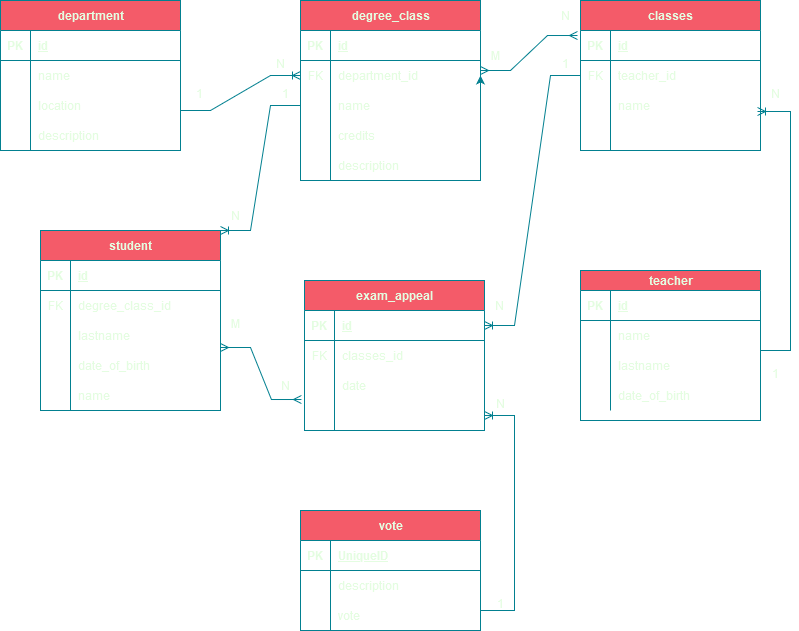
Before: Diagramma senza titolo.drawio.png, a diagram exported from draw.io (NicolaPiperis/db-university). Source tidied: cells renumbered, new cells last; positions are measured from the earlier drawing's top-left corner, leaving out a move shared by most shapes.
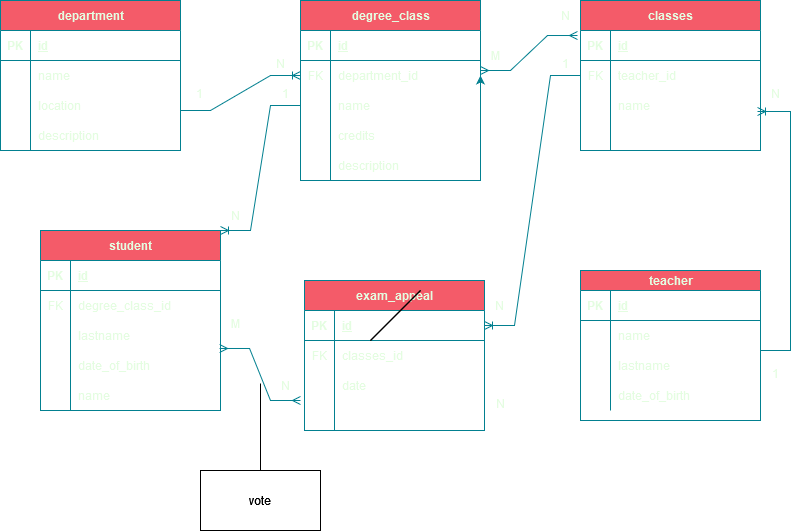
Above is the later version.

The edit, as a diff of the source:
```diff
@@ -315,9 +315,10 @@
     <mxCell id="101" value="N" style="text;html=1;align=center;verticalAlign=middle;strokeColor=none;fillColor=none;fontColor=#E4FDE1;" parent="1" vertex="1">
       <mxGeometry x="270" y="370" width="30" height="30" as="geometry" />
     </mxCell>
-    <mxCell id="102" style="edgeStyle=entityRelationEdgeStyle;fontSize=12;html=1;endArrow=ERmany;startArrow=ERmany;rounded=0;strokeColor=#028090;fontColor=#E4FDE1;fillColor=#F45B69;exitX=0.961;exitY=-0.033;exitDx=0;exitDy=0;exitPerimeter=0;entryX=-0.017;entryY=-0.033;entryDx=0;entryDy=0;entryPerimeter=0;" parent="1" edge="1" target="68">
+    <mxCell id="102" style="edgeStyle=entityRelationEdgeStyle;fontSize=12;html=1;endArrow=ERmany;startArrow=ERmany;rounded=0;strokeColor=#028090;fontColor=#E4FDE1;fillColor=#F45B69;exitX=0.961;exitY=-0.033;exitDx=0;exitDy=0;exitPerimeter=0;entryX=-0.017;entryY=-0.033;entryDx=0;entryDy=0;entryPerimeter=0;" parent="1" edge="1">
       <mxGeometry relative="1" as="geometry">
-        <mxPoint x="220" y="347" as="sourcePoint" />
+        <mxPoint x="219.1" y="348" as="sourcePoint" />
+        <mxPoint x="300" y="400" as="targetPoint" />
       </mxGeometry>
     </mxCell>
     <mxCell id="103" style="edgeStyle=entityRelationEdgeStyle;fontSize=12;html=1;endArrow=ERmany;startArrow=ERmany;rounded=0;strokeColor=#028090;fontColor=#E4FDE1;fillColor=#F45B69;entryX=0.9;entryY=1.167;entryDx=0;entryDy=0;entryPerimeter=0;" parent="1" edge="1" target="91">
@@ -330,46 +331,33 @@
         <mxPoint x="760" y="350" as="sourcePoint" />
       </mxGeometry>
     </mxCell>
-    <mxCell id="105" style="edgeStyle=entityRelationEdgeStyle;fontSize=12;html=1;endArrow=ERoneToMany;rounded=0;strokeColor=#028090;fontColor=#E4FDE1;fillColor=#F45B69;" parent="1" edge="1" target="68">
-      <mxGeometry relative="1" as="geometry">
-        <mxPoint x="480" y="610" as="sourcePoint" />
-      </mxGeometry>
-    </mxCell>
-    <mxCell id="106" value="vote" style="shape=table;startSize=30;rowLines=0;fontStyle=1;align=center;html=1;strokeColor=#028090;fontColor=#E4FDE1;fillColor=#F45B69;" parent="1" vertex="1">
-      <mxGeometry x="300" y="510" width="180" height="120" as="geometry" />
-    </mxCell>
-    <mxCell id="107" style="shape=tableRow;horizontal=0;startSize=0;swimlaneHead=0;swimlaneBody=0;fillColor=none;top=0;left=0;right=0;bottom=1;strokeColor=#028090;fontColor=#E4FDE1;" parent="106" vertex="1">
-      <mxGeometry y="30" width="180" height="30" as="geometry" />
-    </mxCell>
-    <mxCell id="108" value="PK" style="shape=partialRectangle;fillColor=none;top=0;left=0;bottom=0;right=0;fontStyle=1;overflow=hidden;whiteSpace=wrap;html=1;strokeColor=#028090;fontColor=#E4FDE1;" parent="107" vertex="1">
-      <mxGeometry width="30" height="30" as="geometry" />
-    </mxCell>
-    <mxCell id="109" value="UniqueID" style="shape=partialRectangle;fillColor=none;top=0;left=0;bottom=0;right=0;align=left;spacingLeft=6;fontStyle=5;overflow=hidden;whiteSpace=wrap;html=1;strokeColor=#028090;fontColor=#E4FDE1;" parent="107" vertex="1">
-      <mxGeometry x="30" width="150" height="30" as="geometry" />
-    </mxCell>
-    <mxCell id="110" style="shape=tableRow;horizontal=0;startSize=0;swimlaneHead=0;swimlaneBody=0;fillColor=none;top=0;left=0;right=0;bottom=0;strokeColor=#028090;fontColor=#E4FDE1;" parent="106" vertex="1">
-      <mxGeometry y="60" width="180" height="30" as="geometry" />
-    </mxCell>
-    <mxCell id="111" style="shape=partialRectangle;fillColor=none;top=0;left=0;bottom=0;right=0;overflow=hidden;whiteSpace=wrap;html=1;strokeColor=#028090;fontColor=#E4FDE1;" parent="110" vertex="1">
-      <mxGeometry width="30" height="30" as="geometry" />
-    </mxCell>
-    <mxCell id="112" value="description" style="shape=partialRectangle;fillColor=none;top=0;left=0;bottom=0;right=0;align=left;spacingLeft=6;overflow=hidden;whiteSpace=wrap;html=1;strokeColor=#028090;fontColor=#E4FDE1;" parent="110" vertex="1">
-      <mxGeometry x="30" width="150" height="30" as="geometry" />
-    </mxCell>
-    <mxCell id="113" style="shape=tableRow;horizontal=0;startSize=0;swimlaneHead=0;swimlaneBody=0;fillColor=none;top=0;left=0;right=0;bottom=0;strokeColor=#028090;fontColor=#E4FDE1;" parent="106" vertex="1">
-      <mxGeometry y="90" width="180" height="30" as="geometry" />
-    </mxCell>
-    <mxCell id="114" style="shape=partialRectangle;fillColor=none;top=0;left=0;bottom=0;right=0;overflow=hidden;whiteSpace=wrap;html=1;strokeColor=#028090;fontColor=#E4FDE1;" parent="113" vertex="1">
-      <mxGeometry width="30" height="30" as="geometry" />
-    </mxCell>
-    <mxCell id="115" value="vote" style="shape=partialRectangle;fillColor=none;top=0;left=0;bottom=0;right=0;align=left;spacingLeft=6;overflow=hidden;whiteSpace=wrap;html=1;strokeColor=#028090;fontColor=#E4FDE1;" parent="113" vertex="1">
-      <mxGeometry x="30" width="150" height="30" as="geometry" />
-    </mxCell>
     <mxCell id="116" value="N" style="text;html=1;align=center;verticalAlign=middle;strokeColor=none;fillColor=none;fontColor=#E4FDE1;" parent="1" vertex="1">
       <mxGeometry x="485" y="388" width="30" height="30" as="geometry" />
     </mxCell>
-    <mxCell id="117" value="1" style="text;html=1;align=center;verticalAlign=middle;strokeColor=none;fillColor=none;fontColor=#E4FDE1;" parent="1" vertex="1">
-      <mxGeometry x="485" y="588" width="30" height="30" as="geometry" />
-    </mxCell>
+    <mxCell id="118" style="endArrow=none;html=1;rounded=0;" parent="1" edge="1">
+      <mxGeometry relative="1" as="geometry">
+        <mxPoint x="370" y="340" as="sourcePoint" />
+        <mxPoint x="420" y="290" as="targetPoint" />
+      </mxGeometry>
+    </mxCell>
+    <mxCell id="119" style="endArrow=none;html=1;rounded=0;" parent="1" edge="1">
+      <mxGeometry relative="1" as="geometry">
+        <mxPoint x="370" y="340" as="sourcePoint" />
+        <mxPoint x="420" y="290" as="targetPoint" />
+      </mxGeometry>
+    </mxCell>
+    <mxCell id="120" style="endArrow=none;html=1;rounded=0;" parent="1" edge="1">
+      <mxGeometry relative="1" as="geometry">
+        <mxPoint x="260" y="490" as="sourcePoint" />
+        <mxPoint x="260" y="383" as="targetPoint" />
+        <Array as="points">
+          <mxPoint x="260" y="430" />
+          <mxPoint x="260" y="400" />
+        </Array>
+      </mxGeometry>
+    </mxCell>
+    <mxCell id="121" value="vote" style="whiteSpace=wrap;html=1;" parent="1" vertex="1">
+      <mxGeometry x="200" y="470" width="120" height="60" as="geometry" />
+    </mxCell>
   </root>
 </mxGraphModel>
```
